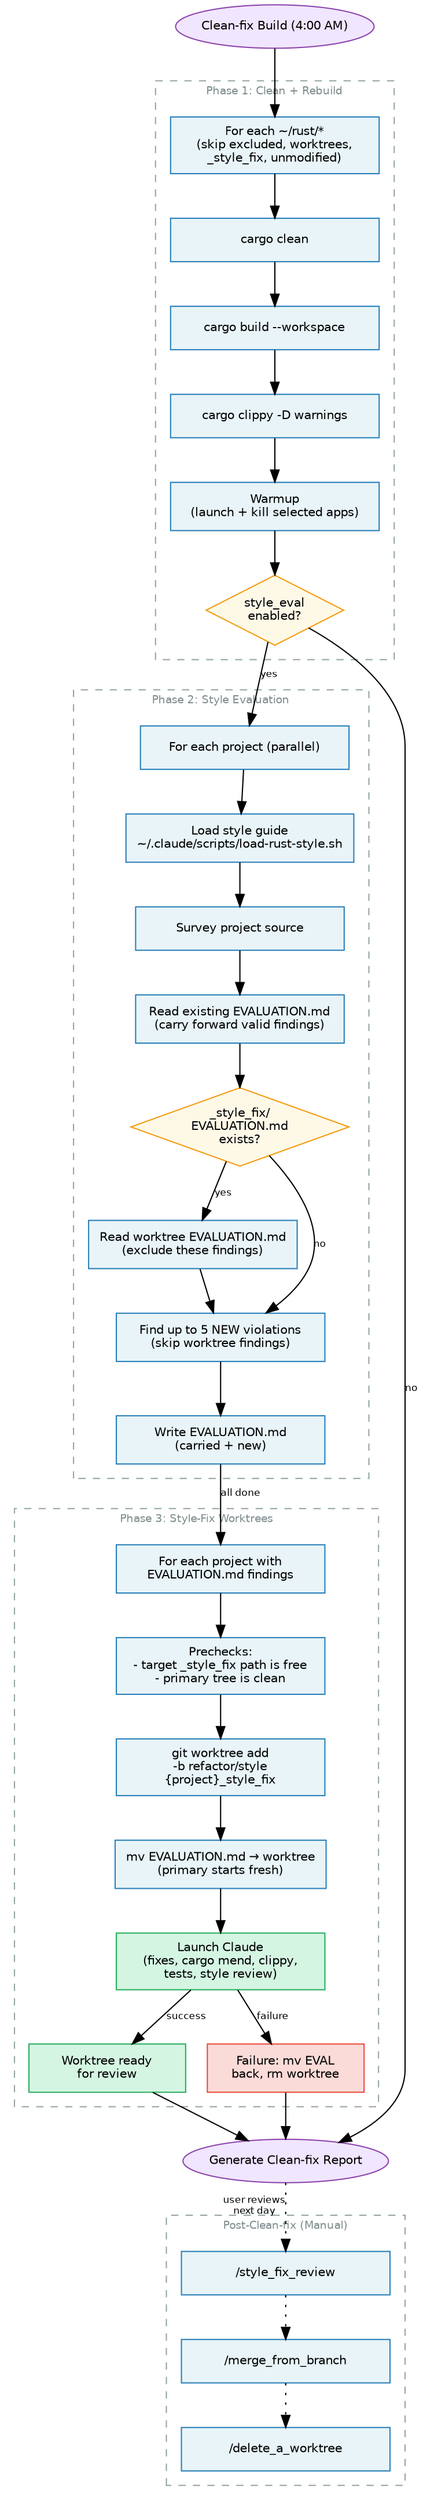
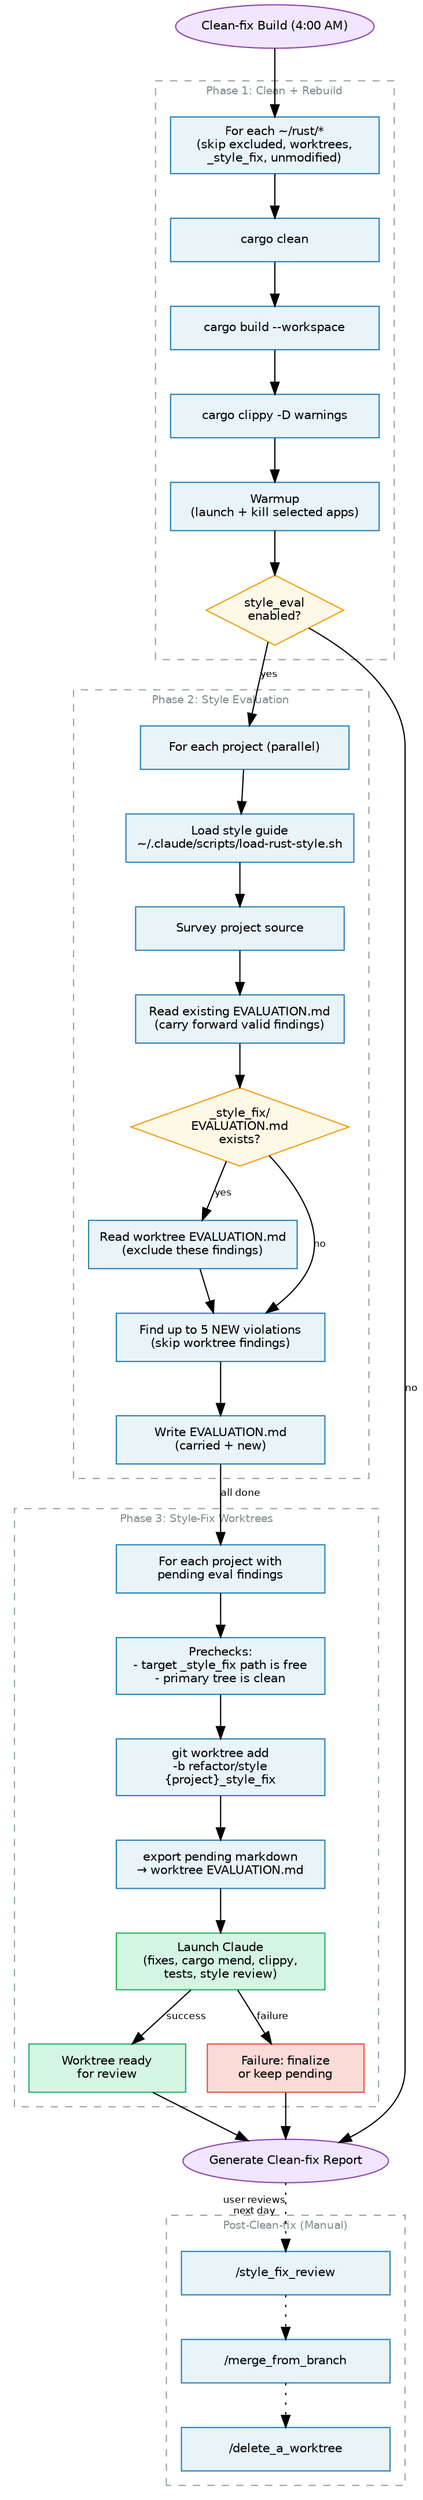
digraph clean_fix_style {
    // ┌─────────────────────────────────────────────────────────────────┐
    // │ LAYOUT GUIDE                                                    │
    // │                                                                 │
    // │ Render:  python3 render-flow.py                                 │
    // │          (runs neato -n2, then injects cluster borders + viewBox)│
    // │                                                                 │
    // │ Cluster membership is parsed from this file automatically —     │
    // │ just add/remove nodes inside the subgraph cluster_* blocks.     │
    // │ The render script reads cluster labels/colors from here too.    │
    // │                                                                 │
    // │ Positions use Graphviz points (1 inch = 72pt).                  │
    // │ Node width=2.4 → 172.8pt. Y spacing between rows: ~55-65pt.    │
    // │                                                                 │
    // │ Column layout (border-to-border gaps, not center gaps):         │
    // │   1. Find widest node per phase (width * 72)                    │
    // │   2. cluster_width = max_content_width + 2 * pad (pad ≈ 25pt)  │
    // │   3. Gap between clusters ≈ 30pt                                │
    // │   4. Phase centers = midpoint of each cluster x-range           │
    // │                                                                 │
    // │ To add a node: add it inside the right subgraph block with a    │
    // │   pos="<center_x>,<y>!" attribute, add edges, re-render.        │
    // │ To remove: delete the node + its edges, re-render.              │
    // │ To add a phase: add a new subgraph cluster_* block, compute     │
    // │   its x-range, shift subsequent phases right, re-render.        │
    // └─────────────────────────────────────────────────────────────────┘
    fontname="Helvetica"
    node [fontname="Helvetica" fontsize=10 style=filled shape=box margin="0.12,0.06" width=2.4 height=0.5]
    edge [fontname="Helvetica" fontsize=8]
    overlap=false
    splines=true

    node [fillcolor="#e8f4f8" color="#2980b9"]

    start [label="Clean-fix Build (4:00 AM)" shape=oval fillcolor="#f0e6ff" color="#8e44ad" width=2.2 pos="141.4,890!"]

    // Cluster-first layout in points:
    // Phase 1 range = [30.0, 252.8], center = 141.4
    // Phase 2 range = [282.8, 505.6], center = 394.2
    // Phase 3 range = [535.6, 864.8], center = 700.2
    // Inter-cluster gap = 30.0

    // ══════ Phase 1: Clean + Rebuild (x center = 141.4) ══════
    subgraph cluster_build {
        label="Phase 1: Clean + Rebuild"
        style=dashed color="#95a5a6" fontcolor="#7f8c8d" fontsize=9
        margin=12

        foreach_project [label="For each ~/rust/*\n(skip excluded, worktrees,\n_style_fix, unmodified)" height=0.65 pos="141.4,790!"]
        clean [label="cargo clean" pos="141.4,720!"]
        build [label="cargo build --workspace" pos="141.4,660!"]
        clippy_build [label="cargo clippy -D warnings" pos="141.4,600!"]
        warmup [label="Warmup\n(launch + kill selected apps)" height=0.55 pos="141.4,535!"]
        style_enabled [label="style_eval\nenabled?" shape=diamond fillcolor="#fef9e7" color="#f39c12" width=1.4 height=0.8 pos="141.4,455!"]
    }

    // ══════ Phase 2: Style Evaluation (x center = 394.2) ══════
    subgraph cluster_eval {
        label="Phase 2: Style Evaluation"
        style=dashed color="#95a5a6" fontcolor="#7f8c8d" fontsize=9
        margin=12

        eval_foreach [label="For each project (parallel)" pos="394.2,790!"]
        load_style [label="Load style guide\n~/.claude/scripts/load-rust-style.sh" height=0.55 pos="394.2,725!"]
        survey [label="Survey project source" pos="394.2,665!"]
        carry_forward [label="Read existing EVALUATION.md\n(carry forward valid findings)" height=0.55 pos="394.2,600!"]
        check_wt_eval [label="_style_fix/\nEVALUATION.md\nexists?" shape=diamond fillcolor="#fef9e7" color="#f39c12" width=1.5 height=0.9 pos="394.2,520!"]
        load_wt_eval [label="Read worktree EVALUATION.md\n(exclude these findings)" height=0.55 pos="394.2,440!"]
        evaluate [label="Find up to 5 NEW violations\n(skip worktree findings)" height=0.55 pos="394.2,370!"]
        write_eval [label="Write EVALUATION.md\n(carried + new)" height=0.55 pos="394.2,300!"]
    }

    // ══════ Phase 3: Style-Fix Worktrees (x center = 700.2) ══════
    subgraph cluster_fix {
        label="Phase 3: Style-Fix Worktrees"
        style=dashed color="#95a5a6" fontcolor="#7f8c8d" fontsize=9
        margin=12

-         fix_foreach [label="For each project with\nEVALUATION.md findings" height=0.55 pos="700.2,790!"]
+         fix_foreach [label="For each project with\npending eval findings" height=0.55 pos="700.2,790!"]
        prechecks [label="Prechecks:\n- target _style_fix path is free\n- primary tree is clean" height=0.65 pos="700.2,720!"]
        create_wt [label="git worktree add\n-b refactor/style\n{project}_style_fix" height=0.65 pos="700.2,645!"]
-         mv_eval [label="mv EVALUATION.md → worktree\n(primary starts fresh)" height=0.55 pos="700.2,575!"]
+         mv_eval [label="export pending markdown\n→ worktree EVALUATION.md" height=0.55 pos="700.2,575!"]
        claude_fix [label="Launch Claude\n(fixes, cargo mend, clippy,\ntests, style review)" fillcolor="#d5f5e3" color="#27ae60" height=0.65 pos="700.2,500!"]
        fix_ok [label="Worktree ready\nfor review" fillcolor="#d5f5e3" color="#27ae60" height=0.55 width=1.8 pos="625.4,425!"]
-         fix_fail [label="Failure: mv EVAL\nback, rm worktree" fillcolor="#fadbd8" color="#e74c3c" height=0.55 width=1.8 pos="775.0,425!"]
+         fix_fail [label="Failure: finalize\nor keep pending" fillcolor="#fadbd8" color="#e74c3c" height=0.55 width=1.8 pos="775.0,425!"]
    }

    report [label="Generate Clean-fix Report" shape=oval fillcolor="#f0e6ff" color="#8e44ad" width=2.2 pos="447.4,195!"]

    // ══════ Phase 4: Post-Clean-fix Manual ══════
    subgraph cluster_manual {
        label="Post-Clean-fix (Manual)"
        style=dashed color="#95a5a6" fontcolor="#7f8c8d" fontsize=9
        margin=12

        review [label="/style_fix_review" pos="447.4,100!"]
        merge [label="/merge_from_branch" pos="447.4,40!"]
        delete_wt [label="/delete_a_worktree" pos="447.4,-20!"]
    }

    // ── Edges ──

    // Start → Phase 1
    start -> foreach_project

    // Phase 1 internal
    foreach_project -> clean -> build -> clippy_build -> warmup -> style_enabled

    // Phase 1 → Phase 2
    style_enabled -> eval_foreach [label="yes"]

    // Phase 1 → Report (skip)
    style_enabled -> report [label="no"]

    // Phase 2 internal
    eval_foreach -> load_style -> survey -> carry_forward -> check_wt_eval
    check_wt_eval -> load_wt_eval [label="yes"]
    check_wt_eval -> evaluate [label="no"]
    load_wt_eval -> evaluate
    evaluate -> write_eval

    // Phase 2 → Phase 3
    write_eval -> fix_foreach [label="all done"]

    // Phase 3 internal
    fix_foreach -> prechecks -> create_wt -> mv_eval -> claude_fix
    claude_fix -> fix_ok [label="success"]
    claude_fix -> fix_fail [label="failure"]

    // Phase 3 → Report
    fix_ok -> report
    fix_fail -> report

    // Report → Manual
    report -> review [style=dotted xlabel="user reviews\nnext day"]
    review -> merge [style=dotted]
    merge -> delete_wt [style=dotted]
}
